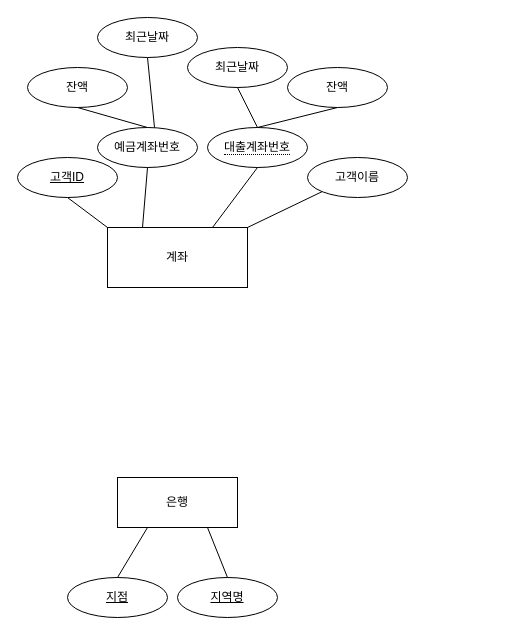
Above: bank.drawio in fghjklvmbn/programming-of-anything (draw.io), before the change. Source tidied: cells renumbered, new cells numbered last; positions are measured from the earlier drawing's top-left corner, leaving out a move shared by most shapes. Both pictures are drawn from the tidied source at 100%, with x=0, y=0 at pixel (17, 17).
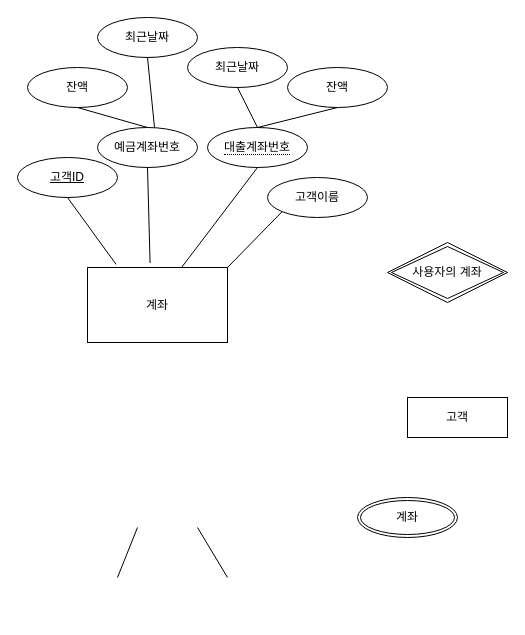
The same diagram, later.

The change refers to these unchanged cells:
```xml
<mxCell id="8" value="예금계좌번호" style="ellipse;whiteSpace=wrap;html=1;align=center;" parent="1" vertex="1">
  <mxGeometry x="80" y="110" width="100" height="40" as="geometry" />
</mxCell>
<mxCell id="9" value="&lt;span style=&quot;border-bottom: 1px dotted&quot;&gt;대출계좌번호&lt;/span&gt;" style="ellipse;whiteSpace=wrap;html=1;align=center;" parent="1" vertex="1">
  <mxGeometry x="190" y="110" width="100" height="40" as="geometry" />
</mxCell>
<mxCell id="11" value="고객ID" style="ellipse;whiteSpace=wrap;html=1;align=center;fontStyle=4;" parent="1" vertex="1">
  <mxGeometry y="140" width="100" height="40" as="geometry" />
</mxCell>
```

What changed in the source:
```diff
@@
-    <mxCell id="2" value="은행" style="whiteSpace=wrap;html=1;align=center;" parent="1" vertex="1">
-      <mxGeometry x="100" y="460" width="120" height="50" as="geometry" />
-    </mxCell>
-    <mxCell id="3" value="지점" style="ellipse;whiteSpace=wrap;html=1;align=center;fontStyle=4;" parent="1" vertex="1">
-      <mxGeometry x="50" y="560" width="100" height="40" as="geometry" />
-    </mxCell>
-    <mxCell id="4" value="지역명" style="ellipse;whiteSpace=wrap;html=1;align=center;fontStyle=4;" parent="1" vertex="1">
-      <mxGeometry x="160" y="560" width="100" height="40" as="geometry" />
-    </mxCell>
-    <mxCell id="5" style="endArrow=none;html=1;rounded=0;exitX=0.5;exitY=0;exitDx=0;exitDy=0;entryX=0.25;entryY=1;entryDx=0;entryDy=0;" parent="1" edge="1" source="3" target="2">
-      <mxGeometry relative="1" as="geometry" />
+    <mxCell id="5" style="endArrow=none;html=1;rounded=0;exitX=0.5;exitY=0;exitDx=0;exitDy=0;entryX=0.25;entryY=1;entryDx=0;entryDy=0;" parent="1" edge="1">
+      <mxGeometry relative="1" as="geometry">
+        <mxPoint x="100" y="560" as="sourcePoint" />
+        <mxPoint x="120" y="510" as="targetPoint" />
+      </mxGeometry>
     </mxCell>
-    <mxCell id="6" style="endArrow=none;html=1;rounded=0;exitX=0.5;exitY=0;exitDx=0;exitDy=0;entryX=0.75;entryY=1;entryDx=0;entryDy=0;" parent="1" edge="1" source="4" target="2">
-      <mxGeometry relative="1" as="geometry" />
+    <mxCell id="6" style="endArrow=none;html=1;rounded=0;exitX=0.5;exitY=0;exitDx=0;exitDy=0;entryX=0.75;entryY=1;entryDx=0;entryDy=0;" parent="1" edge="1">
+      <mxGeometry relative="1" as="geometry">
+        <mxPoint x="210" y="560" as="sourcePoint" />
+        <mxPoint x="180" y="510" as="targetPoint" />
+      </mxGeometry>
     </mxCell>
-    <mxCell id="7" value="계좌" style="whiteSpace=wrap;html=1;align=center;" parent="1" vertex="1">
-      <mxGeometry x="90" y="210" width="140" height="60" as="geometry" />
-    </mxCell>
@@
-    <mxCell id="12" style="endArrow=none;html=1;rounded=0;exitX=0.5;exitY=1;exitDx=0;exitDy=0;entryX=0;entryY=0;entryDx=0;entryDy=0;" parent="1" edge="1" source="11" target="7">
+    <mxCell id="12" style="endArrow=none;html=1;rounded=0;exitX=0.5;exitY=1;exitDx=0;exitDy=0;entryX=0.204;entryY=-0.042;entryDx=0;entryDy=0;entryPerimeter=0;" parent="1" edge="1" source="11" target="7">
       <mxGeometry relative="1" as="geometry" />
     </mxCell>
-    <mxCell id="13" style="endArrow=none;html=1;rounded=0;exitX=0.5;exitY=1;exitDx=0;exitDy=0;entryX=0.25;entryY=0;entryDx=0;entryDy=0;" parent="1" edge="1" source="8" target="7">
+    <mxCell id="13" style="endArrow=none;html=1;rounded=0;exitX=0.5;exitY=1;exitDx=0;exitDy=0;entryX=0.447;entryY=-0.06;entryDx=0;entryDy=0;entryPerimeter=0;" parent="1" edge="1" source="8" target="7">
       <mxGeometry relative="1" as="geometry" />
     </mxCell>
-    <mxCell id="14" style="endArrow=none;html=1;rounded=0;exitX=0.75;exitY=0;exitDx=0;exitDy=0;entryX=0.5;entryY=1;entryDx=0;entryDy=0;" parent="1" edge="1" source="7" target="9">
+    <mxCell id="14" style="endArrow=none;html=1;rounded=0;entryX=0.5;entryY=1;entryDx=0;entryDy=0;exitX=0.671;exitY=0.002;exitDx=0;exitDy=0;exitPerimeter=0;" parent="1" edge="1" source="7" target="9">
       <mxGeometry relative="1" as="geometry" />
     </mxCell>
@@
     <mxCell id="22" value="고객이름" style="ellipse;whiteSpace=wrap;html=1;align=center;" parent="1" vertex="1">
-      <mxGeometry x="290" y="140" width="100" height="40" as="geometry" />
+      <mxGeometry x="250" y="160" width="100" height="40" as="geometry" />
     </mxCell>
@@
+    <mxCell id="24" value="계좌" style="ellipse;shape=doubleEllipse;margin=3;whiteSpace=wrap;html=1;align=center;" parent="1" vertex="1">
+      <mxGeometry x="340" y="480" width="100" height="40" as="geometry" />
+    </mxCell>
+    <mxCell id="25" value="사용자의 계좌" style="shape=rhombus;double=1;perimeter=rhombusPerimeter;whiteSpace=wrap;html=1;align=center;" parent="1" vertex="1">
+      <mxGeometry x="370" y="225" width="120" height="60" as="geometry" />
+    </mxCell>
+    <mxCell id="26" value="고객" style="whiteSpace=wrap;html=1;align=center;" parent="1" vertex="1">
+      <mxGeometry x="390" y="380" width="100" height="40" as="geometry" />
+    </mxCell>
+    <mxCell id="7" value="계좌" style="whiteSpace=wrap;html=1;align=center;" parent="1" vertex="1">
+      <mxGeometry x="70" y="250" width="140" height="75" as="geometry" />
+    </mxCell>
```
